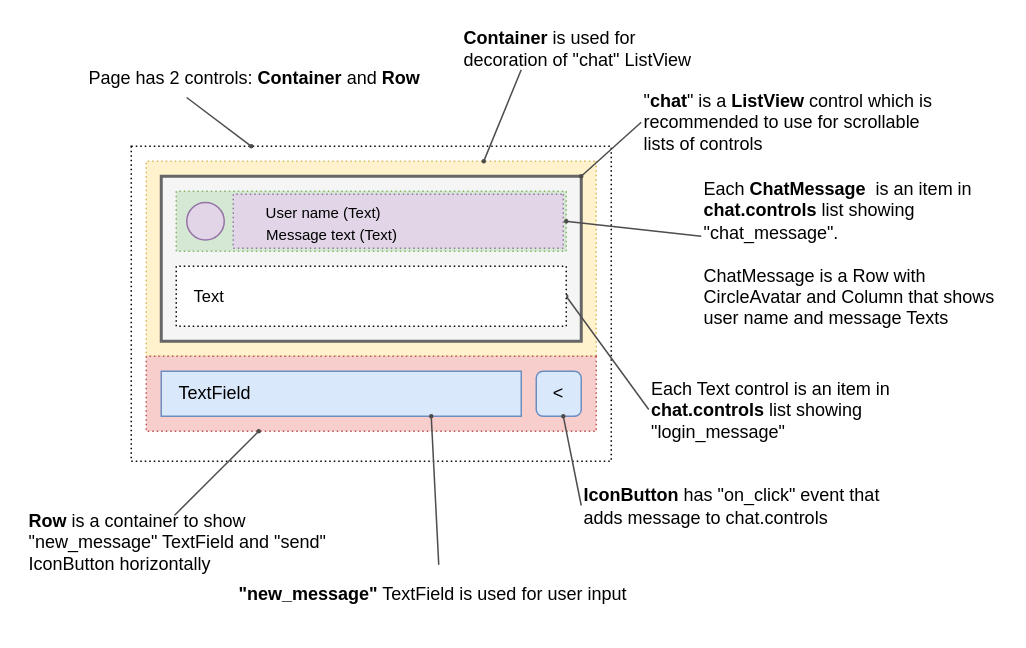
flet-dev/website keeps this draw.io diagram as page "Chat app" (2 of 3) of static/img/docs/chat-tutorial/chat_layout1.drawio. Above is the earlier version. Source tidied: cells renumbered, new cells numbered last; positions are measured from the earlier drawing's top-left corner, leaving out a move shared by most shapes. Both pictures are drawn from the tidied source at 150%, with x=0, y=0 at pixel (26, 26).
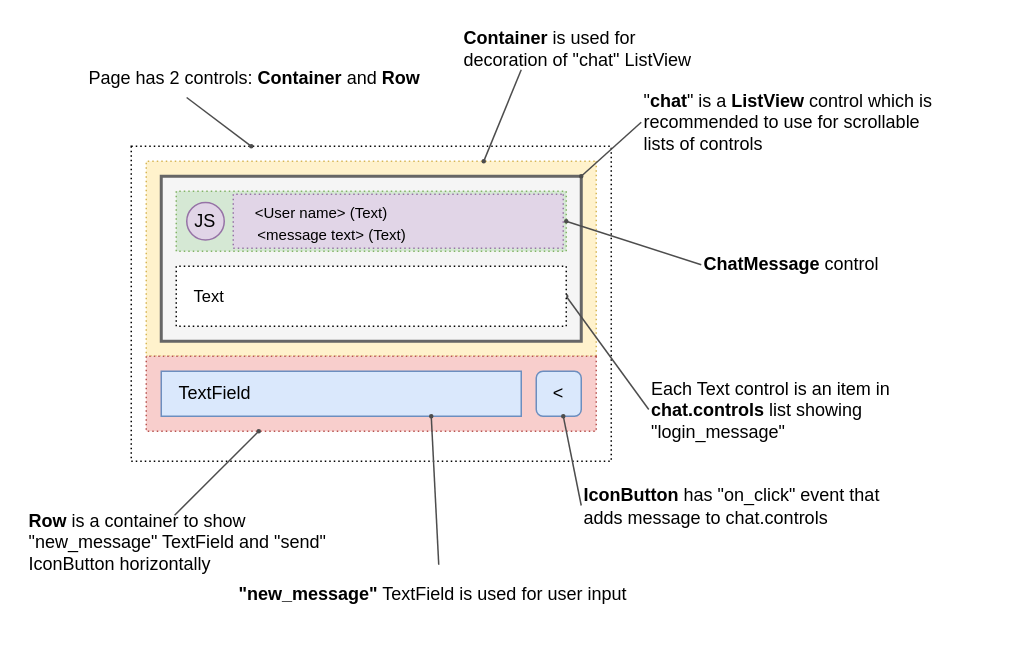
The same diagram, later.

The change refers to these unchanged cells:
```xml
<mxCell id="5" style="rounded=0;whiteSpace=wrap;html=1;direction=south;dashed=1;dashPattern=1 2;fillColor=#d5e8d4;strokeColor=#82b366;" parent="1" vertex="1">
  <mxGeometry x="100" y="110" width="260" height="40" as="geometry" />
</mxCell>
```

The edit, as a diff of the source:
```diff
@@
-    <mxCell id="25" value="Each &lt;b&gt;ChatMessage&lt;/b&gt; &amp;nbsp;is an item in &lt;b&gt;chat.controls&lt;/b&gt; list showing &quot;chat_message&quot;.&lt;br&gt;&lt;br&gt;ChatMessage is a Row with CircleAvatar and Column that shows user name and message Texts&lt;br&gt;&amp;nbsp;" style="text;html=1;strokeColor=none;fillColor=none;align=left;verticalAlign=middle;whiteSpace=wrap;rounded=0;dashed=1;dashPattern=1 2;sketch=0;fontSize=12;" parent="1" vertex="1">
+    <mxCell id="25" value="&lt;b&gt;ChatMessage&lt;/b&gt; control" style="text;html=1;strokeColor=none;fillColor=none;align=left;verticalAlign=middle;whiteSpace=wrap;rounded=0;dashed=1;dashPattern=1 2;sketch=0;fontSize=12;" parent="1" vertex="1">
       <mxGeometry x="450" y="140" width="200" height="38" as="geometry" />
     </mxCell>
-    <mxCell id="26" style="endArrow=oval;html=1;endFill=1;strokeWidth=1;jumpSize=5;endSize=2;startSize=2;strokeColor=#4D4D4D;entryX=0.5;entryY=0;entryDx=0;entryDy=0;exitX=0;exitY=0;exitDx=0;exitDy=0;" parent="1" edge="1" source="25" target="5">
+    <mxCell id="26" style="endArrow=oval;html=1;endFill=1;strokeWidth=1;jumpSize=5;endSize=2;startSize=2;strokeColor=#4D4D4D;entryX=0.5;entryY=0;entryDx=0;entryDy=0;exitX=0;exitY=0.5;exitDx=0;exitDy=0;" parent="1" edge="1" source="25" target="5">
       <mxGeometry relative="1" as="geometry" />
     </mxCell>
-    <mxCell id="27" style="ellipse;whiteSpace=wrap;html=1;fillColor=#e1d5e7;strokeColor=#9673a6;" parent="1" vertex="1">
+    <mxCell id="27" value="JS" style="ellipse;whiteSpace=wrap;html=1;fillColor=#e1d5e7;strokeColor=#9673a6;" parent="1" vertex="1">
       <mxGeometry x="107" y="117.5" width="25" height="25" as="geometry" />
     </mxCell>
@@
-    <mxCell id="29" value="&amp;nbsp;User name (Text)" style="text;html=1;strokeColor=none;fillColor=none;align=center;verticalAlign=middle;whiteSpace=wrap;rounded=0;fontSize=10;" parent="1" vertex="1">
+    <mxCell id="29" value="&amp;lt;User name&amp;gt; (Text)" style="text;html=1;strokeColor=none;fillColor=none;align=center;verticalAlign=middle;whiteSpace=wrap;rounded=0;fontSize=10;" parent="1" vertex="1">
       <mxGeometry x="142" y="109" width="110" height="30" as="geometry" />
     </mxCell>
-    <mxCell id="30" value="Message text (Text)" style="text;html=1;strokeColor=none;fillColor=none;align=center;verticalAlign=middle;whiteSpace=wrap;rounded=0;fontSize=10;" parent="1" vertex="1">
+    <mxCell id="30" value="&amp;lt;message text&amp;gt; (Text)" style="text;html=1;strokeColor=none;fillColor=none;align=center;verticalAlign=middle;whiteSpace=wrap;rounded=0;fontSize=10;" parent="1" vertex="1">
       <mxGeometry x="149" y="124" width="110" height="30" as="geometry" />
     </mxCell>
```
